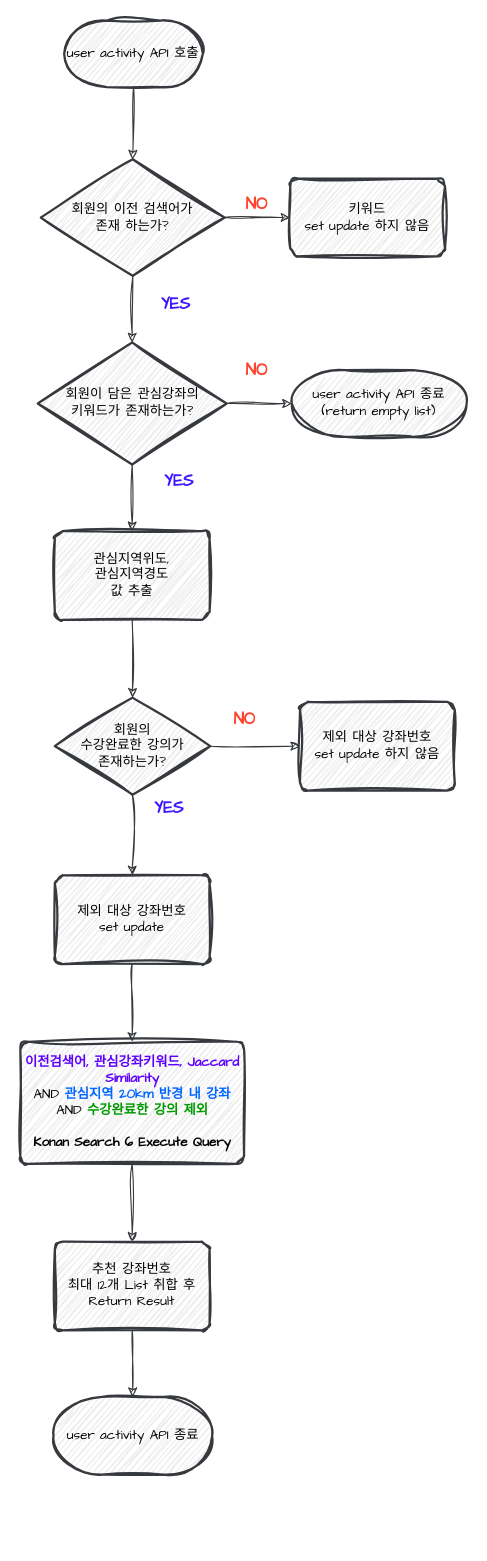
Above: user_activity.drawio in k1mtaeye07/nile (draw.io), before the change. Source tidied: cells renumbered, new cells numbered last; positions are measured from the earlier drawing's top-left corner, leaving out a move shared by most shapes. Both pictures are drawn from the tidied source at 111%, with x=0, y=0 at pixel (20, 20).
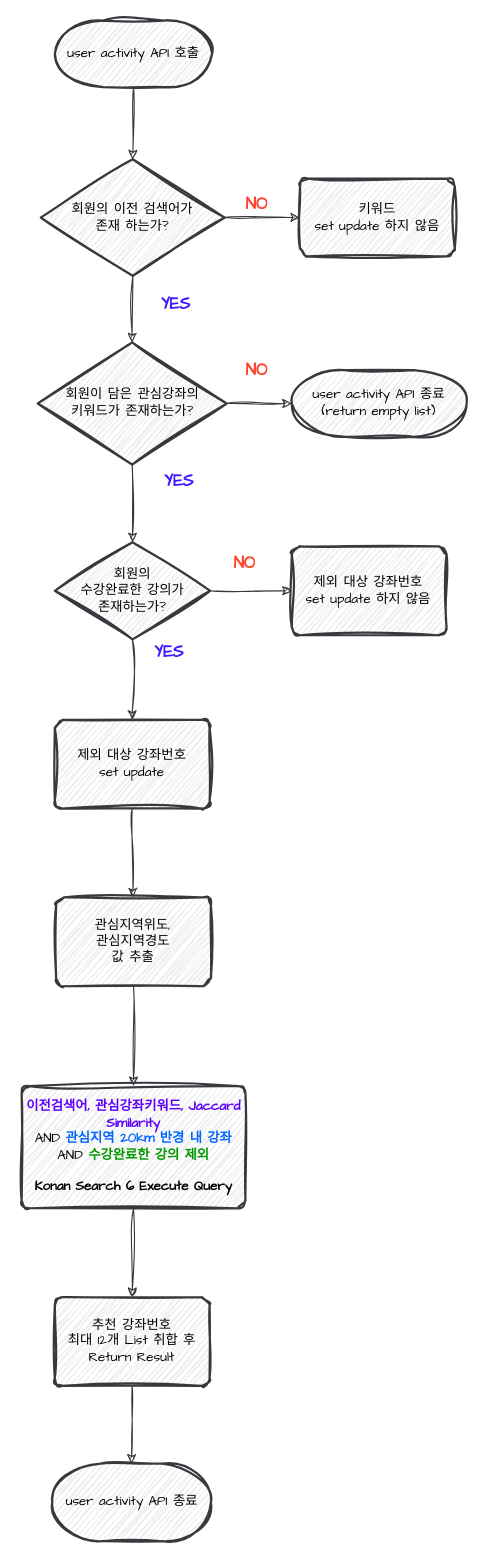
After the change.

Unchanged cells that the change refers to:
```xml
<mxCell id="8" value="회원이 담은 관심강좌의&lt;div&gt;키워드가 존재하는가?&lt;/div&gt;" style="strokeWidth=2;html=1;shape=mxgraph.flowchart.decision;whiteSpace=wrap;sketch=1;hachureGap=4;jiggle=2;curveFitting=1;fontFamily=Architects Daughter;fillColor=#eeeeee;strokeColor=#36393d;" parent="1" vertex="1">
  <mxGeometry x="15.5" y="290" width="170.2" height="110" as="geometry" />
</mxCell>
```

Diff of the diagram source:
```diff
@@
     <mxCell id="2" value="user activity API 호출" style="strokeWidth=2;html=1;shape=mxgraph.flowchart.terminator;whiteSpace=wrap;sketch=1;hachureGap=4;jiggle=2;curveFitting=1;fontFamily=Architects Daughter;labelBackgroundColor=none;fontStyle=0;fillColor=#eeeeee;strokeColor=#36393d;" parent="1" vertex="1">
-      <mxGeometry x="39.3" width="125" height="60" as="geometry" />
+      <mxGeometry x="30.9" width="141.7" height="60" as="geometry" />
     </mxCell>
@@
-    <mxCell id="11" style="endArrow=classic;html=1;rounded=0;sketch=1;hachureGap=4;jiggle=2;curveFitting=1;fontFamily=Architects Daughter;exitX=0.5;exitY=1;exitDx=0;exitDy=0;exitPerimeter=0;entryX=0.5;entryY=0;entryDx=0;entryDy=0;fillColor=#eeeeee;strokeColor=#36393d;" parent="1" edge="1" source="8" target="13">
-      <mxGeometry relative="1" as="geometry" />
-    </mxCell>
@@
     <mxCell id="13" value="&lt;div&gt;관심지역위도,&lt;/div&gt;&lt;div&gt;관심지역경도&lt;/div&gt;&lt;div&gt;값 추출&lt;/div&gt;" style="rounded=1;whiteSpace=wrap;html=1;absoluteArcSize=1;arcSize=14;strokeWidth=2;sketch=1;hachureGap=4;jiggle=2;curveFitting=1;fontFamily=Architects Daughter;fillColor=#eeeeee;strokeColor=#36393d;" parent="1" vertex="1">
-      <mxGeometry x="30.9" y="460" width="139.4" height="80" as="geometry" />
+      <mxGeometry x="32.1" y="790" width="139.4" height="80" as="geometry" />
     </mxCell>
-    <mxCell id="14" style="endArrow=classic;html=1;rounded=0;sketch=1;hachureGap=4;jiggle=2;curveFitting=1;fontFamily=Architects Daughter;exitX=0.5;exitY=1;exitDx=0;exitDy=0;fillColor=#eeeeee;strokeColor=#36393d;entryX=0.5;entryY=0;entryDx=0;entryDy=0;entryPerimeter=0;" parent="1" edge="1" source="13" target="23">
+    <mxCell id="14" style="endArrow=classic;html=1;rounded=0;sketch=1;hachureGap=4;jiggle=2;curveFitting=1;fontFamily=Architects Daughter;fillColor=#eeeeee;strokeColor=#36393d;entryX=0.5;entryY=0;entryDx=0;entryDy=0;entryPerimeter=0;exitX=0.5;exitY=1;exitDx=0;exitDy=0;exitPerimeter=0;" parent="1" edge="1" source="8" target="23">
       <mxGeometry relative="1" as="geometry" />
     </mxCell>
     <mxCell id="15" value="&lt;font color=&quot;#5d00ff&quot;&gt;&lt;b&gt;이전검색어, 관심강좌키워드, Jaccard Similarity&lt;/b&gt;&lt;/font&gt;&lt;div&gt;AND &lt;font color=&quot;#0066ff&quot;&gt;&lt;b&gt;관심지역 20km 반경 내 강좌&lt;/b&gt;&lt;/font&gt;&lt;/div&gt;&lt;div&gt;AND&amp;nbsp;&lt;font color=&quot;#009900&quot;&gt;&lt;b&gt;수강완료한 강의 제외&lt;/b&gt;&lt;/font&gt;&lt;font color=&quot;#0066ff&quot;&gt;&lt;b&gt;&lt;br&gt;&lt;/b&gt;&lt;/font&gt;&lt;/div&gt;&lt;div&gt;&lt;span style=&quot;background-color: initial;&quot;&gt;&lt;font color=&quot;#009900&quot;&gt;&lt;b&gt;&lt;br&gt;&lt;/b&gt;&lt;/font&gt;&lt;/span&gt;&lt;/div&gt;&lt;div&gt;&lt;b style=&quot;&quot;&gt;Konan Search 6&amp;nbsp;&lt;/b&gt;&lt;span style=&quot;background-color: initial;&quot;&gt;&lt;b style=&quot;&quot;&gt;Execute Query&lt;/b&gt;&lt;/span&gt;&lt;/div&gt;" style="rounded=1;whiteSpace=wrap;html=1;absoluteArcSize=1;arcSize=14;strokeWidth=2;sketch=1;hachureGap=4;jiggle=2;curveFitting=1;fontFamily=Architects Daughter;fillColor=#eeeeee;strokeColor=#36393d;" parent="1" vertex="1">
-      <mxGeometry x="-0.2" y="920" width="201.6" height="110" as="geometry" />
+      <mxGeometry x="1" y="960" width="201.6" height="110" as="geometry" />
     </mxCell>
@@
     <mxCell id="17" value="추천 강좌번호&lt;div&gt;최대 12개&amp;nbsp;&lt;span style=&quot;background-color: initial;&quot;&gt;List 취합 후 Return Result&lt;/span&gt;&lt;/div&gt;" style="rounded=1;whiteSpace=wrap;html=1;absoluteArcSize=1;arcSize=14;strokeWidth=2;sketch=1;hachureGap=4;jiggle=2;curveFitting=1;fontFamily=Architects Daughter;fillColor=#eeeeee;strokeColor=#36393d;" parent="1" vertex="1">
-      <mxGeometry x="30.9" y="1100" width="139.4" height="80" as="geometry" />
+      <mxGeometry x="30.9" y="1150" width="139.4" height="80" as="geometry" />
     </mxCell>
@@
     <mxCell id="20" value="user activity API 종료" style="strokeWidth=2;html=1;shape=mxgraph.flowchart.terminator;whiteSpace=wrap;sketch=1;hachureGap=4;jiggle=2;curveFitting=1;fontFamily=Architects Daughter;labelBackgroundColor=none;fontStyle=0;fillColor=#eeeeee;strokeColor=#36393d;" parent="1" vertex="1">
-      <mxGeometry x="29.7" y="1240" width="142.9" height="70" as="geometry" />
+      <mxGeometry x="28.6" y="1300" width="142.9" height="70" as="geometry" />
     </mxCell>
@@
     <mxCell id="22" value="&lt;div&gt;키워드&lt;/div&gt;&lt;div&gt;set update 하지 않음&lt;/div&gt;" style="rounded=1;whiteSpace=wrap;html=1;absoluteArcSize=1;arcSize=14;strokeWidth=2;sketch=1;hachureGap=4;jiggle=2;curveFitting=1;fontFamily=Architects Daughter;fillColor=#eeeeee;strokeColor=#36393d;" parent="1" vertex="1">
-      <mxGeometry x="243" y="142.5" width="139.4" height="70" as="geometry" />
+      <mxGeometry x="251.8" y="142.5" width="139.4" height="70" as="geometry" />
     </mxCell>
     <mxCell id="23" value="회원의&lt;div&gt;수강완료한&amp;nbsp;&lt;span style=&quot;background-color: initial;&quot;&gt;강의가&lt;/span&gt;&lt;/div&gt;&lt;div&gt;&lt;span style=&quot;background-color: initial;&quot;&gt;존재하는가?&lt;/span&gt;&lt;/div&gt;" style="strokeWidth=2;html=1;shape=mxgraph.flowchart.decision;whiteSpace=wrap;sketch=1;hachureGap=4;jiggle=2;curveFitting=1;fontFamily=Architects Daughter;fillColor=#eeeeee;strokeColor=#36393d;" parent="1" vertex="1">
-      <mxGeometry x="30.9" y="610" width="140" height="87.5" as="geometry" />
+      <mxGeometry x="30.9" y="470" width="140" height="87.5" as="geometry" />
     </mxCell>
@@
     <mxCell id="26" value="제외 대상 강좌번호&lt;div&gt;set update 하지 않음&lt;/div&gt;" style="rounded=1;whiteSpace=wrap;html=1;absoluteArcSize=1;arcSize=14;strokeWidth=2;sketch=1;hachureGap=4;jiggle=2;curveFitting=1;fontFamily=Architects Daughter;fillColor=#eeeeee;strokeColor=#36393d;" parent="1" vertex="1">
-      <mxGeometry x="251.8" y="613.8" width="139.4" height="80" as="geometry" />
+      <mxGeometry x="244.4" y="473.8" width="139.4" height="80" as="geometry" />
     </mxCell>
     <mxCell id="27" value="제외 대상 강좌번호&lt;div&gt;set update&lt;/div&gt;" style="rounded=1;whiteSpace=wrap;html=1;absoluteArcSize=1;arcSize=14;strokeWidth=2;sketch=1;hachureGap=4;jiggle=2;curveFitting=1;fontFamily=Architects Daughter;fillColor=#eeeeee;strokeColor=#36393d;" parent="1" vertex="1">
-      <mxGeometry x="30.9" y="770" width="139.4" height="80" as="geometry" />
+      <mxGeometry x="30.9" y="630" width="139.4" height="80" as="geometry" />
     </mxCell>
     <mxCell id="28" value="NO" style="text;html=1;align=center;verticalAlign=middle;whiteSpace=wrap;rounded=0;fontFamily=Architects Daughter;fontSize=15;fillColor=none;fontStyle=1;fontColor=#FF432E;" parent="1" vertex="1">
-      <mxGeometry x="171.5" y="613.8" width="60" height="30" as="geometry" />
+      <mxGeometry x="171.5" y="473.8" width="60" height="30" as="geometry" />
     </mxCell>
     <mxCell id="29" value="YES" style="text;html=1;align=center;verticalAlign=middle;whiteSpace=wrap;rounded=0;fontFamily=Architects Daughter;fontSize=15;fillColor=none;fontStyle=1;fontColor=#3E17FF;" parent="1" vertex="1">
-      <mxGeometry x="104" y="693.8" width="60" height="30" as="geometry" />
+      <mxGeometry x="104" y="553.8" width="60" height="30" as="geometry" />
     </mxCell>
-    <mxCell id="30" style="endArrow=classic;html=1;rounded=0;sketch=1;hachureGap=4;jiggle=2;curveFitting=1;fontFamily=Architects Daughter;exitX=0.5;exitY=1;exitDx=0;exitDy=0;fillColor=#eeeeee;strokeColor=#36393d;entryX=0.5;entryY=0;entryDx=0;entryDy=0;" parent="1" edge="1" source="27" target="15">
+    <mxCell id="30" style="endArrow=classic;html=1;rounded=0;sketch=1;hachureGap=4;jiggle=2;curveFitting=1;fontFamily=Architects Daughter;exitX=0.5;exitY=1;exitDx=0;exitDy=0;fillColor=#eeeeee;strokeColor=#36393d;" parent="1" edge="1" source="27" target="13">
       <mxGeometry relative="1" as="geometry" />
     </mxCell>
+    <mxCell id="31" style="endArrow=classic;html=1;rounded=0;sketch=1;hachureGap=4;jiggle=2;curveFitting=1;fontFamily=Architects Daughter;exitX=0.5;exitY=1;exitDx=0;exitDy=0;fillColor=#eeeeee;strokeColor=#36393d;" parent="1" edge="1" source="13" target="15">
+      <mxGeometry relative="1" as="geometry" />
+    </mxCell>
```
